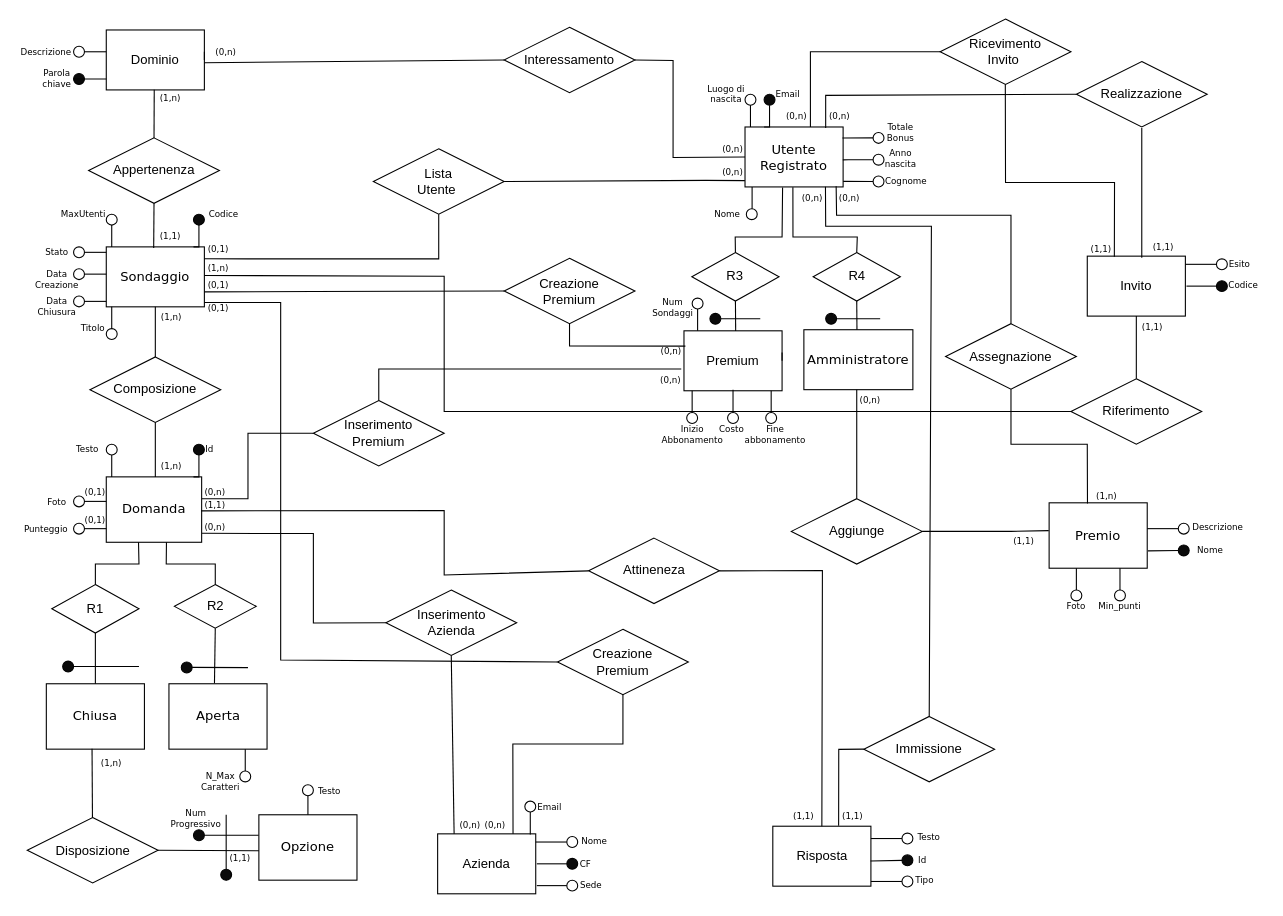
Before: SchemaEr.drawio in tommaso2311/DatBas_22-23, a draw.io diagram. Source tidied: cells renumbered, new cells numbered last; positions are measured from the earlier drawing's top-left corner, leaving out a move shared by most shapes. Both pictures are drawn from the tidied source at 109%, with x=0, y=0 at pixel (19, 19).
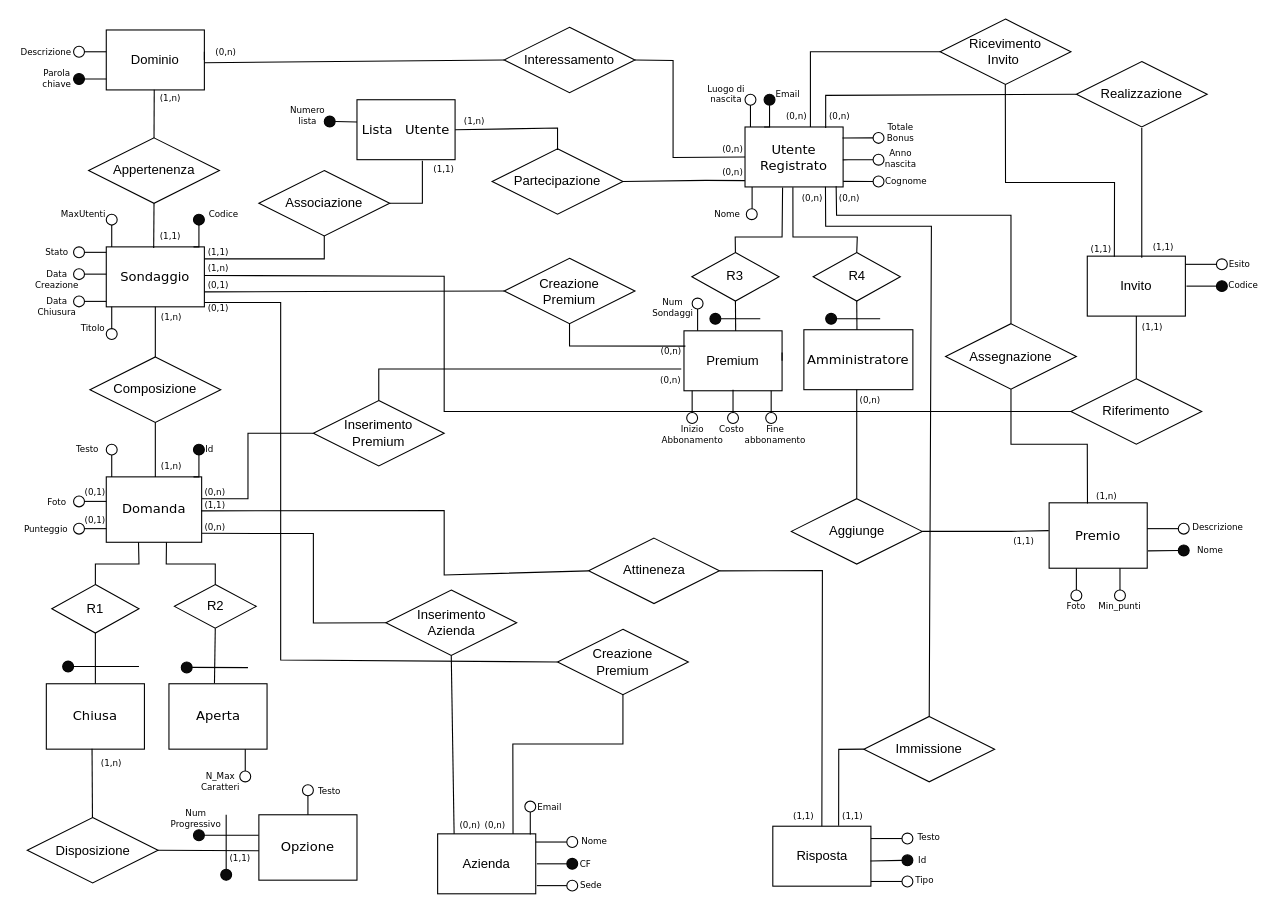
After the change.

Unchanged cells that the change refers to:
```xml
<mxCell id="2" value="&lt;p&gt;&lt;font face=&quot;Verdana&quot;&gt;Sondaggio&lt;/font&gt;&lt;/p&gt;" style="rounded=0;whiteSpace=wrap;html=1;" parent="1" vertex="1">
  <mxGeometry x="80" y="209" width="90" height="55" as="geometry" />
</mxCell>
```

The edit, as a diff of the source:
```diff
@@
-    <mxCell id="129" value="Lista &lt;br&gt;Utente&amp;nbsp;" style="shape=rhombus;perimeter=rhombusPerimeter;whiteSpace=wrap;html=1;align=center;" parent="1" vertex="1">
-      <mxGeometry x="325" y="119" width="120" height="60" as="geometry" />
+    <mxCell id="129" value="Partecipazione" style="shape=rhombus;perimeter=rhombusPerimeter;whiteSpace=wrap;html=1;align=center;" parent="1" vertex="1">
+      <mxGeometry x="434" y="119" width="120" height="60" as="geometry" />
     </mxCell>
-    <mxCell id="130" style="endArrow=none;html=1;rounded=0;fontFamily=Helvetica;fontSize=12;fontColor=default;entryX=0.5;entryY=1;entryDx=0;entryDy=0;startArrow=none;exitX=0.999;exitY=0.197;exitDx=0;exitDy=0;exitPerimeter=0;" parent="1" edge="1" source="2" target="129">
+    <mxCell id="130" style="endArrow=none;html=1;rounded=0;fontFamily=Helvetica;fontSize=12;fontColor=default;startArrow=none;exitX=1;exitY=0.5;exitDx=0;exitDy=0;" parent="1" edge="1" source="236">
       <mxGeometry relative="1" as="geometry">
+        <mxPoint x="494" y="120" as="targetPoint" />
         <Array as="points">
-          <mxPoint x="210" y="220" />
-          <mxPoint x="385" y="220" />
+          <mxPoint x="494" y="100" />
         </Array>
       </mxGeometry>
     </mxCell>
-    <mxCell id="131" value="(0,1)" style="text;html=1;strokeColor=none;fillColor=none;align=center;verticalAlign=middle;whiteSpace=wrap;rounded=0;fontSize=8;fontFamily=Verdana;" parent="1" vertex="1">
-      <mxGeometry x="162.5" y="200.5" width="40" height="20" as="geometry" />
+    <mxCell id="131" value="(1,1)" style="text;html=1;strokeColor=none;fillColor=none;align=center;verticalAlign=middle;whiteSpace=wrap;rounded=0;fontSize=8;fontFamily=Verdana;" parent="1" vertex="1">
+      <mxGeometry x="370" y="128" width="40" height="20" as="geometry" />
     </mxCell>
@@
+    <mxCell id="236" value="&lt;p&gt;&lt;font face=&quot;Verdana&quot;&gt;&amp;nbsp;Lista&amp;nbsp; &amp;nbsp;U&lt;/font&gt;&lt;span style=&quot;font-family: Verdana; background-color: initial;&quot;&gt;tente&amp;nbsp;&lt;/span&gt;&lt;/p&gt;" style="rounded=0;whiteSpace=wrap;html=1;" parent="1" vertex="1">
+      <mxGeometry x="310" y="74" width="90" height="55" as="geometry" />
+    </mxCell>
+    <mxCell id="237" value="Associazione" style="shape=rhombus;perimeter=rhombusPerimeter;whiteSpace=wrap;html=1;align=center;" parent="1" vertex="1">
+      <mxGeometry x="220" y="139" width="120" height="60" as="geometry" />
+    </mxCell>
+    <mxCell id="238" style="endArrow=none;html=1;rounded=0;startArrow=none;exitX=0.188;exitY=0.8;exitDx=0;exitDy=0;exitPerimeter=0;" parent="1" edge="1" source="240">
+      <mxGeometry relative="1" as="geometry">
+        <mxPoint x="280" y="199" as="targetPoint" />
+        <Array as="points">
+          <mxPoint x="280" y="220" />
+        </Array>
+      </mxGeometry>
+    </mxCell>
+    <mxCell id="239" style="endArrow=none;html=1;rounded=0;exitX=1;exitY=0.5;exitDx=0;exitDy=0;" parent="1" edge="1" source="237">
+      <mxGeometry relative="1" as="geometry">
+        <mxPoint x="370" y="130" as="targetPoint" />
+        <Array as="points">
+          <mxPoint x="370" y="169" />
+        </Array>
+      </mxGeometry>
+    </mxCell>
+    <mxCell id="240" value="(1,1)" style="text;html=1;strokeColor=none;fillColor=none;align=center;verticalAlign=middle;whiteSpace=wrap;rounded=0;fontSize=8;fontFamily=Verdana;" parent="1" vertex="1">
+      <mxGeometry x="162.5" y="204" width="40" height="20" as="geometry" />
+    </mxCell>
+    <mxCell id="241" style="endArrow=none;html=1;rounded=0;exitX=0;exitY=0.371;exitDx=0;exitDy=0;exitPerimeter=0;entryX=1;entryY=0.5;entryDx=0;entryDy=0;" parent="1" edge="1" source="236" target="242">
+      <mxGeometry relative="1" as="geometry" />
+    </mxCell>
+    <mxCell id="242" style="ellipse;whiteSpace=wrap;html=1;labelBackgroundColor=#0A0A0A;fontColor=#000000;fillColor=#0A0A0A;" parent="1" vertex="1">
+      <mxGeometry x="280" y="89" width="10" height="10" as="geometry" />
+    </mxCell>
+    <mxCell id="243" value="Numero lista" style="text;html=1;strokeColor=none;fillColor=none;align=center;verticalAlign=middle;whiteSpace=wrap;rounded=0;fontSize=8;fontFamily=Verdana;" parent="1" vertex="1">
+      <mxGeometry x="245" y="79" width="40" height="20" as="geometry" />
+    </mxCell>
+    <mxCell id="244" value="(1,n)" style="text;html=1;strokeColor=none;fillColor=none;align=center;verticalAlign=middle;whiteSpace=wrap;rounded=0;fontSize=8;fontFamily=Verdana;" parent="1" vertex="1">
+      <mxGeometry x="400.5" y="87" width="33.5" height="14" as="geometry" />
+    </mxCell>
```
